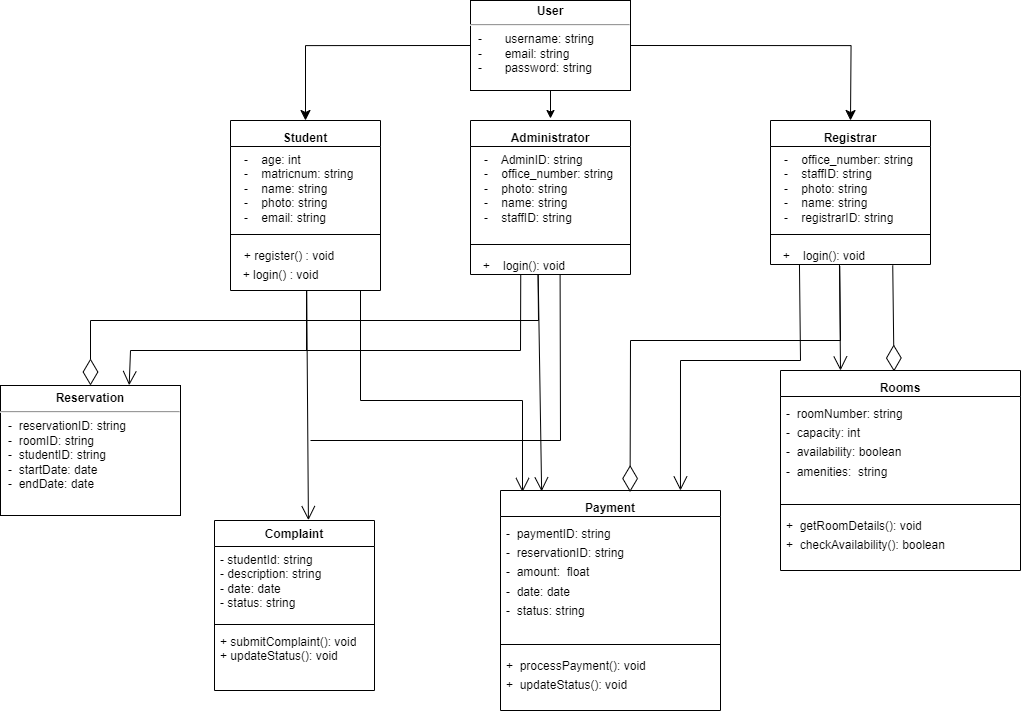
Above: project/drawio/Alpha/classDomainModel.drawio.png in drshahizan/software-engineering (draw.io), before the change. Source tidied: cells renumbered, new cells last; positions are measured from the earlier drawing's top-left corner, leaving out a move shared by most shapes.
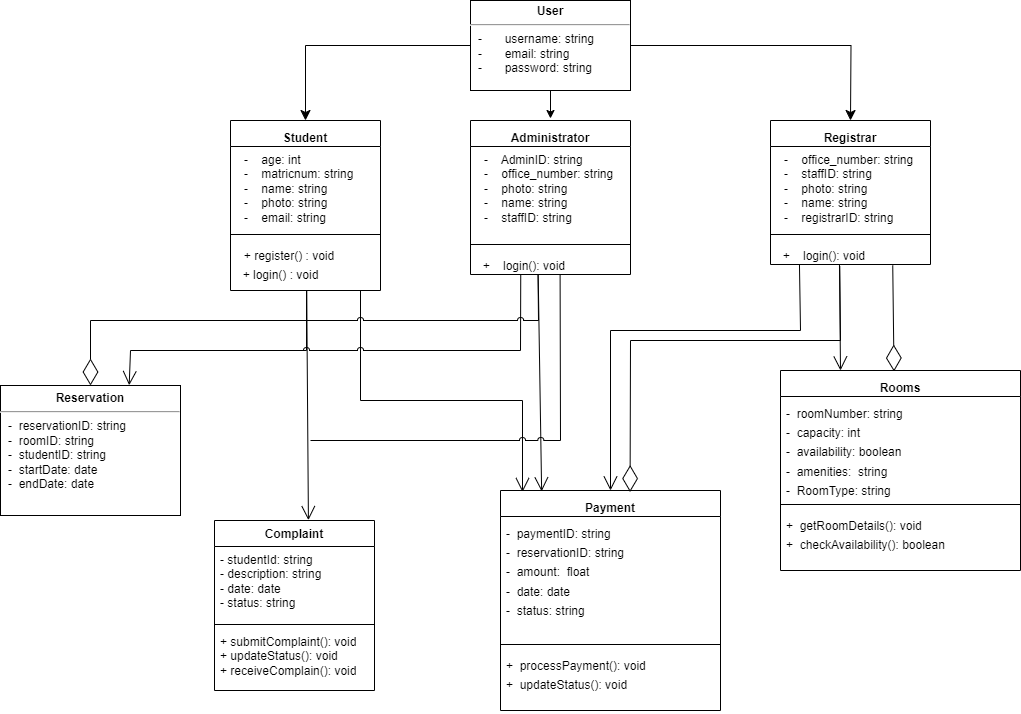
Above is the later version.

Commit message:
SRS diagram

What changed in the source:
```diff
@@ -28,7 +28,7 @@
     <mxCell id="9" value="&lt;font style=&quot;font-size: 12px;&quot;&gt;Rooms&lt;/font&gt;" style="swimlane;fontStyle=1;align=center;verticalAlign=top;horizontal=1;startSize=26;whiteSpace=wrap;html=1;fontSize=16;" parent="1" vertex="1">
       <mxGeometry x="780" y="370" width="240" height="200" as="geometry" />
     </mxCell>
-    <mxCell id="10" value="&lt;font style=&quot;font-size: 12px;&quot;&gt;-&amp;nbsp; roomNumber: string&lt;br&gt;-&amp;nbsp; capacity: int&lt;br&gt;-&amp;nbsp; availability: boolean&lt;br&gt;-&amp;nbsp; amenities:&amp;nbsp; string&lt;/font&gt;" style="text;strokeColor=none;fillColor=none;align=left;verticalAlign=top;spacingLeft=4;spacingRight=4;overflow=hidden;whiteSpace=wrap;html=1;fontSize=16;" parent="9" vertex="1">
+    <mxCell id="10" value="&lt;font style=&quot;font-size: 12px;&quot;&gt;-&amp;nbsp; roomNumber: string&lt;br&gt;-&amp;nbsp; capacity: int&lt;br&gt;-&amp;nbsp; availability: boolean&lt;br&gt;-&amp;nbsp; amenities:&amp;nbsp; string&lt;br&gt;-&amp;nbsp; RoomType: string&lt;br&gt;&lt;/font&gt;" style="text;strokeColor=none;fillColor=none;align=left;verticalAlign=top;spacingLeft=4;spacingRight=4;overflow=hidden;whiteSpace=wrap;html=1;fontSize=16;" parent="9" vertex="1">
       <mxGeometry y="26" width="240" height="104" as="geometry" />
     </mxCell>
     <mxCell id="11" style="line;strokeWidth=1;fillColor=none;align=left;verticalAlign=middle;spacingTop=-1;spacingLeft=3;spacingRight=3;labelPosition=right;strokeColor=inherit;fontSize=16;" parent="9" vertex="1">
@@ -61,25 +61,9 @@
     <mxCell id="20" style="line;strokeWidth=1;fillColor=none;align=left;verticalAlign=middle;spacingTop=-1;spacingLeft=3;spacingRight=3;labelPosition=right;strokeColor=inherit;" parent="18" vertex="1">
       <mxGeometry y="100" width="160" height="8" as="geometry" />
     </mxCell>
-    <mxCell id="21" value="+ submitComplaint(): void&lt;br&gt;+ updateStatus(): void" style="text;strokeColor=none;fillColor=none;align=left;verticalAlign=top;spacingLeft=4;spacingRight=4;overflow=hidden;whiteSpace=wrap;html=1;" parent="18" vertex="1">
+    <mxCell id="21" value="+ submitComplaint(): void&lt;br&gt;+ updateStatus(): void&lt;br&gt;+ receiveComplain(): void" style="text;strokeColor=none;fillColor=none;align=left;verticalAlign=top;spacingLeft=4;spacingRight=4;overflow=hidden;whiteSpace=wrap;html=1;" parent="18" vertex="1">
       <mxGeometry y="108" width="160" height="62" as="geometry" />
     </mxCell>
-    <mxCell id="22" style="endArrow=diamondThin;endFill=0;endSize=24;html=1;rounded=0;exitX=0.507;exitY=1.003;exitDx=0;exitDy=0;exitPerimeter=0;entryX=0.5;entryY=0;entryDx=0;entryDy=0;" parent="1" edge="1" source="8" target="17">
-      <mxGeometry relative="1" as="geometry">
-        <Array as="points">
-          <mxPoint x="306" y="320" />
-          <mxPoint x="90" y="320" />
-        </Array>
-      </mxGeometry>
-    </mxCell>
-    <mxCell id="23" style="endArrow=none;html=1;rounded=0;entryX=0.422;entryY=0.993;entryDx=0;entryDy=0;entryPerimeter=0;" parent="1" edge="1" target="27">
-      <mxGeometry relative="1" as="geometry">
-        <mxPoint x="290" y="320" as="sourcePoint" />
-        <Array as="points">
-          <mxPoint x="538" y="320" />
-        </Array>
-      </mxGeometry>
-    </mxCell>
     <mxCell id="24" value="&lt;font style=&quot;font-size: 12px;&quot;&gt;Administrator&lt;/font&gt;" style="swimlane;fontStyle=1;align=center;verticalAlign=top;horizontal=1;startSize=26;whiteSpace=wrap;html=1;fontSize=16;" parent="1" vertex="1">
       <mxGeometry x="470" y="120" width="160" height="154" as="geometry" />
     </mxCell>
@@ -141,7 +125,7 @@
     <mxCell id="37" style="endArrow=open;endFill=1;endSize=12;html=1;rounded=0;exitX=0.423;exitY=1.023;exitDx=0;exitDy=0;exitPerimeter=0;entryX=0.187;entryY=0.004;entryDx=0;entryDy=0;entryPerimeter=0;" parent="1" edge="1" source="27" target="13">
       <mxGeometry relative="1" as="geometry" />
     </mxCell>
-    <mxCell id="38" style="endArrow=none;html=1;rounded=0;entryX=0.314;entryY=1.001;entryDx=0;entryDy=0;entryPerimeter=0;" parent="1" edge="1" target="27">
+    <mxCell id="38" style="endArrow=none;html=1;rounded=0;entryX=0.314;entryY=1.001;entryDx=0;entryDy=0;entryPerimeter=0;jumpStyle=arc;" parent="1" edge="1" target="27">
       <mxGeometry relative="1" as="geometry">
         <mxPoint x="300" y="350" as="sourcePoint" />
         <Array as="points">
@@ -152,18 +136,18 @@
     <mxCell id="39" style="endArrow=open;endFill=1;endSize=12;html=1;rounded=0;entryX=0.25;entryY=0;entryDx=0;entryDy=0;exitX=0.431;exitY=1.005;exitDx=0;exitDy=0;exitPerimeter=0;" parent="1" edge="1" source="31" target="9">
       <mxGeometry relative="1" as="geometry" />
     </mxCell>
-    <mxCell id="40" style="endArrow=open;endFill=1;endSize=12;html=1;rounded=0;exitX=0.181;exitY=1;exitDx=0;exitDy=0;exitPerimeter=0;entryX=0.818;entryY=0;entryDx=0;entryDy=0;entryPerimeter=0;" parent="1" edge="1" source="31" target="13">
+    <mxCell id="40" style="endArrow=open;endFill=1;endSize=12;html=1;rounded=0;exitX=0.181;exitY=1;exitDx=0;exitDy=0;exitPerimeter=0;entryX=0.5;entryY=0;entryDx=0;entryDy=0;" parent="1" edge="1" source="31" target="13">
       <mxGeometry relative="1" as="geometry">
         <Array as="points">
-          <mxPoint x="800" y="360" />
-          <mxPoint x="680" y="360" />
+          <mxPoint x="800" y="330" />
+          <mxPoint x="610" y="330" />
         </Array>
       </mxGeometry>
     </mxCell>
     <mxCell id="41" style="endArrow=open;endFill=1;endSize=12;html=1;rounded=0;exitX=0.508;exitY=1.021;exitDx=0;exitDy=0;exitPerimeter=0;entryX=0.587;entryY=-0.002;entryDx=0;entryDy=0;entryPerimeter=0;" parent="1" edge="1" source="8" target="18">
       <mxGeometry relative="1" as="geometry" />
     </mxCell>
-    <mxCell id="42" style="endArrow=none;html=1;rounded=0;exitX=0.56;exitY=1.023;exitDx=0;exitDy=0;exitPerimeter=0;" parent="1" edge="1" source="27">
+    <mxCell id="42" style="endArrow=none;html=1;rounded=0;exitX=0.56;exitY=1.023;exitDx=0;exitDy=0;exitPerimeter=0;jumpStyle=arc;" parent="1" edge="1" source="27">
       <mxGeometry relative="1" as="geometry">
         <mxPoint x="310" y="440" as="targetPoint" />
         <Array as="points">
@@ -171,5 +155,21 @@
         </Array>
       </mxGeometry>
     </mxCell>
+    <mxCell id="23" style="endArrow=none;html=1;rounded=0;entryX=0.422;entryY=0.993;entryDx=0;entryDy=0;entryPerimeter=0;jumpStyle=arc;" parent="1" edge="1" target="27">
+      <mxGeometry relative="1" as="geometry">
+        <mxPoint x="290" y="320" as="sourcePoint" />
+        <Array as="points">
+          <mxPoint x="538" y="320" />
+        </Array>
+      </mxGeometry>
+    </mxCell>
+    <mxCell id="22" style="endArrow=diamondThin;endFill=0;endSize=24;html=1;rounded=0;exitX=0.507;exitY=1.003;exitDx=0;exitDy=0;exitPerimeter=0;entryX=0.5;entryY=0;entryDx=0;entryDy=0;" parent="1" edge="1" source="8" target="17">
+      <mxGeometry relative="1" as="geometry">
+        <Array as="points">
+          <mxPoint x="306" y="320" />
+          <mxPoint x="90" y="320" />
+        </Array>
+      </mxGeometry>
+    </mxCell>
   </root>
 </mxGraphModel>
```
